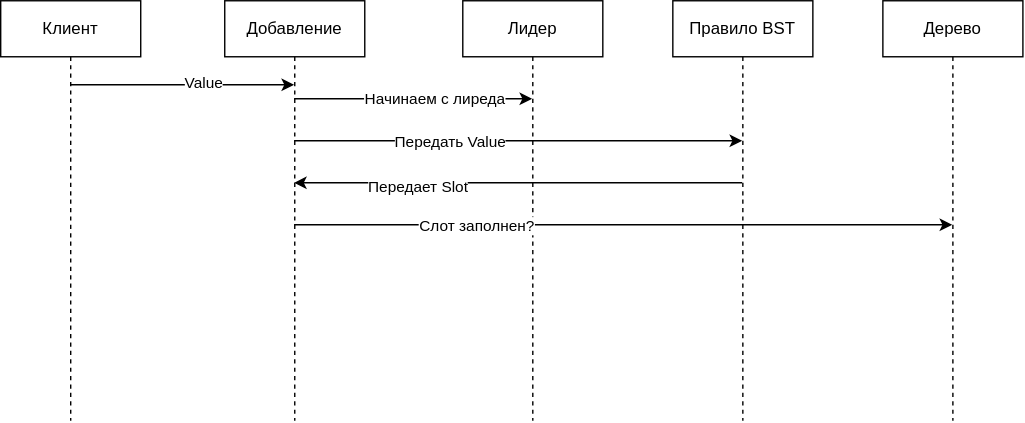
Earlier version of the draw.io export База/Структуры данных/2. Быстро находить данные и проверять условия/2.3. Проверять принадлежность и уникальность/Множество (Set)/TreeSetAvl.sequence.drawio.svg (kosukhin/catalog). Source tidied: cells renumbered, new cells last; positions are measured from the earlier drawing's top-left corner, leaving out a move shared by most shapes.
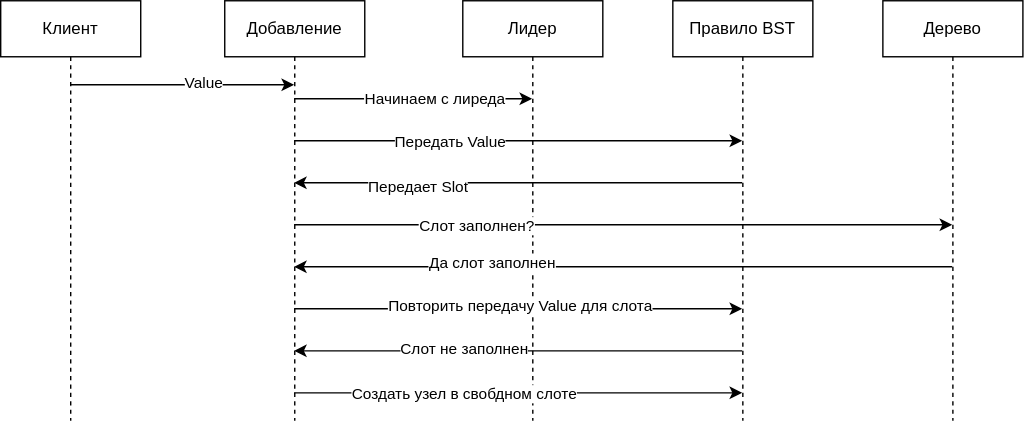
The same file after the commit.

Change to the diagram source:
```diff
@@ -69,5 +69,51 @@
     <mxCell id="16" value="Слот заполнен?" style="edgeLabel;html=1;align=center;verticalAlign=middle;" parent="15" vertex="1">
       <mxGeometry x="-0.45" relative="1" as="geometry" />
     </mxCell>
+    <mxCell id="17" style="edgeStyle=sequenceEdgeStyle;html=1;libavoidRouting=0;curved=0;rounded=0;" parent="1" edge="1" source="14" target="3">
+      <mxGeometry relative="1" as="geometry">
+        <Array as="points">
+          <mxPoint x="220" y="190" />
+        </Array>
+      </mxGeometry>
+    </mxCell>
+    <mxCell id="18" value="Да слот заполнен" style="edgeLabel;html=1;align=center;verticalAlign=middle;" parent="17" vertex="1">
+      <mxGeometry x="0.4" y="-4" relative="1" as="geometry" />
+    </mxCell>
+    <mxCell id="19" style="edgeStyle=sequenceEdgeStyle;html=1;libavoidRouting=0;curved=0;rounded=0;" parent="1" edge="1" source="3" target="9">
+      <mxGeometry relative="1" as="geometry">
+        <Array as="points">
+          <mxPoint x="520" y="220" />
+        </Array>
+      </mxGeometry>
+    </mxCell>
+    <mxCell id="20" value="Повторить передачу Value для слота" style="edgeLabel;html=1;align=center;verticalAlign=middle;" parent="19" vertex="1">
+      <mxGeometry x="-0.42" y="3" relative="1" as="geometry">
+        <mxPoint x="67" as="offset" />
+      </mxGeometry>
+    </mxCell>
+    <mxCell id="21" style="edgeStyle=sequenceEdgeStyle;html=1;libavoidRouting=0;curved=0;rounded=0;" parent="1" edge="1" source="9" target="3">
+      <mxGeometry relative="1" as="geometry">
+        <Array as="points">
+          <mxPoint x="220" y="250" />
+        </Array>
+      </mxGeometry>
+    </mxCell>
+    <mxCell id="22" value="Слот не заполнен" style="edgeLabel;html=1;align=center;verticalAlign=middle;" parent="21" vertex="1">
+      <mxGeometry x="0.47" y="-2" relative="1" as="geometry">
+        <mxPoint x="37" as="offset" />
+      </mxGeometry>
+    </mxCell>
+    <mxCell id="23" style="edgeStyle=sequenceEdgeStyle;html=1;libavoidRouting=0;curved=0;rounded=0;" parent="1" edge="1" source="3" target="9">
+      <mxGeometry relative="1" as="geometry">
+        <Array as="points">
+          <mxPoint x="510" y="280" />
+        </Array>
+      </mxGeometry>
+    </mxCell>
+    <mxCell id="24" value="Создать узел в свобдном слоте" style="edgeLabel;html=1;align=center;verticalAlign=middle;" parent="23" vertex="1">
+      <mxGeometry x="-0.52" relative="1" as="geometry">
+        <mxPoint x="45" as="offset" />
+      </mxGeometry>
+    </mxCell>
   </root>
 </mxGraphModel>
```
